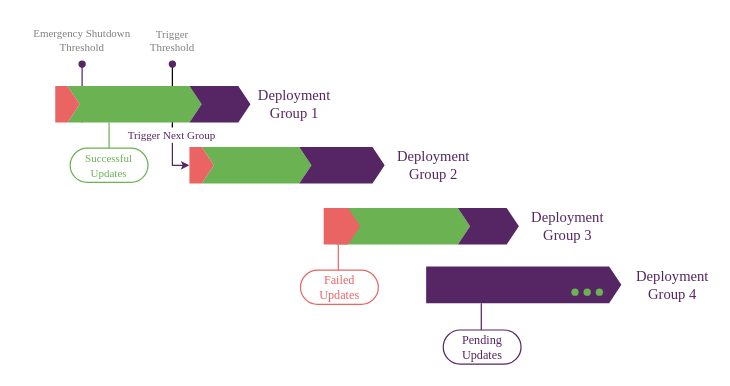
The draw.io diagram docs/graphics-source/rollout_groups.drawio in eclipse-hawkbit/hawkbit, before the edit. Source tidied: cells renumbered, new cells numbered last; positions are measured from the earlier drawing's top-left corner, leaving out a move shared by most shapes. Both pictures are drawn from the tidied source at 122%, with x=0, y=0 at pixel (21, 21).
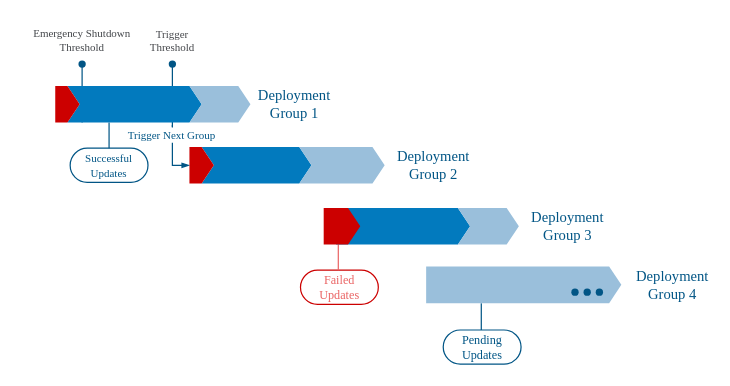
Above is the later version.

The change refers to these unchanged cells:
```xml
<mxCell id="21" style="group;" parent="1" vertex="1">
  <mxGeometry x="331.8" y="201" width="160" height="31" as="geometry" />
</mxCell>
<mxCell id="23" style="group;" parent="21" vertex="1">
  <mxGeometry x="112" y="11" width="40" height="20" as="geometry" />
</mxCell>
<mxCell id="27" style="group;" parent="1" vertex="1">
  <mxGeometry x="247.8" y="153" width="160" height="30" as="geometry" />
</mxCell>
<mxCell id="31" style="group;" parent="1" vertex="1">
  <mxGeometry x="137.8" y="103" width="160" height="30" as="geometry" />
</mxCell>
<mxCell id="35" style="group;" parent="1" vertex="1">
  <mxGeometry x="27.8" y="53" width="160" height="30" as="geometry" />
</mxCell>
```

The edit, as a diff of the source:
```diff
@@
-    <mxCell id="2" style="edgeStyle=orthogonalEdgeStyle;rounded=0;jettySize=auto;html=1;exitX=0;exitY=0.5;exitDx=0;exitDy=0;exitPerimeter=0;endArrow=none;endFill=0;startArrow=classic;startFill=1;endSize=4;startSize=4;strokeColor=light-dark(#562563, #ededed);" parent="1" edge="1" source="34">
-      <mxGeometry relative="1" as="geometry">
-        <mxPoint x="123.8" y="85" as="targetPoint" />
-      </mxGeometry>
-    </mxCell>
+    <mxCell id="39" style="edgeStyle=orthogonalEdgeStyle;rounded=0;jettySize=auto;html=1;exitX=0;exitY=0.5;exitDx=0;exitDy=0;exitPerimeter=0;endArrow=none;endFill=0;startArrow=blockThin;startFill=1;endSize=4;startSize=4;strokeColor=light-dark(#015585,#EDEDED);align=center;verticalAlign=middle;fontFamily=Helvetica;fontSize=11;fontColor=default;labelBackgroundColor=default;" parent="1" edge="1" source="57">
+      <mxGeometry relative="1" as="geometry">
+        <mxPoint x="123.8" y="85" as="targetPoint" />
+      </mxGeometry>
+    </mxCell>
-    <mxCell id="3" value="&lt;span style=&quot;color: rgb(86, 37, 99); font-size: 9px;&quot;&gt;&lt;font face=&quot;Garamond&quot;&gt;Trigger Next Group&lt;/font&gt;&lt;/span&gt;" style="edgeLabel;html=1;align=center;verticalAlign=middle;labelBackgroundColor=default;" parent="2" vertex="1">
+    <mxCell id="3" value="&lt;span style=&quot;font-size: 9px;&quot;&gt;&lt;font face=&quot;Garamond&quot;&gt;Trigger Next Group&lt;/font&gt;&lt;/span&gt;" style="edgeLabel;html=1;align=center;verticalAlign=middle;labelBackgroundColor=default;rounded=0;strokeColor=light-dark(#015585,#EDEDED);fontFamily=Helvetica;fontSize=11;fontColor=#015585;" parent="39" vertex="1">
       <mxGeometry x="0.63" y="-1" relative="1" as="geometry">
         <mxPoint x="-2" y="-2" as="offset" />
       </mxGeometry>
     </mxCell>
-    <mxCell id="4" style="endArrow=none;html=1;rounded=0;startSize=4;endSize=4;jumpSize=4;" parent="1" edge="1" source="7">
-      <mxGeometry relative="1" as="geometry">
-        <mxPoint x="123.8" y="87" as="targetPoint" />
-      </mxGeometry>
-    </mxCell>
+    <mxCell id="40" style="endArrow=none;html=1;rounded=0;startSize=4;endSize=4;jumpSize=4;strokeColor=light-dark(#015585,#EDEDED);align=center;verticalAlign=middle;fontFamily=Helvetica;fontSize=11;fontColor=default;labelBackgroundColor=default;" parent="1" edge="1" source="42">
+      <mxGeometry relative="1" as="geometry">
+        <mxPoint x="123.8" y="87" as="targetPoint" />
+      </mxGeometry>
+    </mxCell>
-    <mxCell id="5" value="&lt;div style=&quot;line-height: 90%;&quot;&gt;&lt;font face=&quot;Garamond&quot; style=&quot;font-size: 9px; line-height: 90%;&quot;&gt;Trigger&lt;/font&gt;&lt;div&gt;&lt;font face=&quot;Garamond&quot; style=&quot;font-size: 9px; line-height: 90%;&quot;&gt;Threshold&lt;/font&gt;&lt;/div&gt;&lt;/div&gt;" style="text;html=1;align=center;verticalAlign=middle;whiteSpace=wrap;rounded=0;fontColor=#808080;spacing=2;" parent="1" vertex="1">
+    <mxCell id="5" value="&lt;div style=&quot;line-height: 90%;&quot;&gt;&lt;font style=&quot;font-size: 9px; line-height: 90%;&quot; face=&quot;Garamond&quot;&gt;Trigger&lt;/font&gt;&lt;div&gt;&lt;font style=&quot;font-size: 9px; line-height: 90%;&quot; face=&quot;Garamond&quot;&gt;Threshold&lt;/font&gt;&lt;/div&gt;&lt;/div&gt;" style="text;html=1;align=center;verticalAlign=middle;whiteSpace=wrap;rounded=0;fontColor=light-dark(#44464a, #7f7f7f);spacing=2;" parent="1" vertex="1">
       <mxGeometry x="94.8" width="58" height="30" as="geometry" />
     </mxCell>
-    <mxCell id="6" style="endArrow=none;html=1;rounded=0;startSize=4;endSize=4;jumpSize=4;" parent="1" edge="1" target="7">
-      <mxGeometry relative="1" as="geometry">
-        <mxPoint x="123.8" y="35" as="sourcePoint" />
-      </mxGeometry>
-    </mxCell>
-    <mxCell id="7" style="shape=waypoint;sketch=0;fillStyle=solid;size=6;points=[];perimeter=centerPerimeter;snapToPoint=1;strokeColor=light-dark(#562563, #ededed);" parent="1" vertex="1">
-      <mxGeometry x="113.8" y="25" width="20" height="20" as="geometry" />
-    </mxCell>
-    <mxCell id="8" style="endArrow=none;html=1;rounded=0;strokeColor=light-dark(#562563, #ededed);" parent="1" edge="1">
-      <mxGeometry relative="1" as="geometry">
-        <mxPoint x="49.8" y="83" as="sourcePoint" />
-        <mxPoint x="49.8" y="37" as="targetPoint" />
-      </mxGeometry>
-    </mxCell>
-    <mxCell id="9" style="shape=waypoint;sketch=0;fillStyle=solid;size=6;perimeter=centerPerimeter;strokeColor=light-dark(#562563, #ededed);" parent="1" vertex="1">
-      <mxGeometry x="39.8" y="25" width="20" height="20" as="geometry" />
-    </mxCell>
+    <mxCell id="41" style="endArrow=none;html=1;rounded=0;startSize=4;endSize=4;jumpSize=4;" parent="1" edge="1" target="42">
+      <mxGeometry relative="1" as="geometry">
+        <mxPoint x="123.8" y="35" as="sourcePoint" />
+      </mxGeometry>
+    </mxCell>
+    <mxCell id="42" style="shape=waypoint;sketch=0;fillStyle=solid;size=6;points=[];perimeter=centerPerimeter;snapToPoint=1;strokeColor=light-dark(#015585,#EDEDED);rounded=0;align=center;verticalAlign=middle;fontFamily=Helvetica;fontSize=11;fontColor=default;labelBackgroundColor=default;" parent="1" vertex="1">
+      <mxGeometry x="113.8" y="25" width="20" height="20" as="geometry" />
+    </mxCell>
+    <mxCell id="43" style="endArrow=none;html=1;rounded=0;strokeColor=light-dark(#015585,#EDEDED);" parent="1" edge="1">
+      <mxGeometry relative="1" as="geometry">
+        <mxPoint x="49.8" y="83" as="sourcePoint" />
+        <mxPoint x="49.8" y="37" as="targetPoint" />
+      </mxGeometry>
+    </mxCell>
+    <mxCell id="44" style="shape=waypoint;sketch=0;fillStyle=solid;size=6;perimeter=centerPerimeter;strokeColor=light-dark(#015585,#EDEDED);" parent="1" vertex="1">
+      <mxGeometry x="39.8" y="25" width="20" height="20" as="geometry" />
+    </mxCell>
-    <mxCell id="10" value="&lt;div style=&quot;line-height: 90%;&quot;&gt;&lt;font face=&quot;Garamond&quot;&gt;&lt;font style=&quot;font-size: 9px; line-height: 90%;&quot;&gt;Emergency&amp;nbsp;&lt;/font&gt;&lt;span style=&quot;font-size: 9px; background-color: transparent; color: light-dark(rgb(128, 128, 128), rgb(127, 127, 127));&quot;&gt;Shutdown&lt;/span&gt;&lt;/font&gt;&lt;div&gt;&lt;div&gt;&lt;font face=&quot;Garamond&quot; style=&quot;font-size: 9px; line-height: 90%;&quot;&gt;Threshold&lt;/font&gt;&lt;/div&gt;&lt;/div&gt;&lt;/div&gt;" style="text;html=1;align=center;verticalAlign=middle;whiteSpace=wrap;rounded=0;fontColor=#808080;spacing=2;" parent="1" vertex="1">
+    <mxCell id="10" value="&lt;div style=&quot;line-height: 90%;&quot;&gt;&lt;font face=&quot;Garamond&quot;&gt;&lt;font style=&quot;font-size: 9px; line-height: 90%;&quot;&gt;Emergency&amp;nbsp;&lt;/font&gt;&lt;span style=&quot;font-size: 9px; background-color: transparent;&quot;&gt;Shutdown&lt;/span&gt;&lt;/font&gt;&lt;div&gt;&lt;div&gt;&lt;font face=&quot;Garamond&quot; style=&quot;font-size: 9px; line-height: 90%;&quot;&gt;Threshold&lt;/font&gt;&lt;/div&gt;&lt;/div&gt;&lt;/div&gt;" style="text;html=1;align=center;verticalAlign=middle;whiteSpace=wrap;rounded=0;fontColor=light-dark(#43464A,#7F7F7F);spacing=2;fontFamily=Helvetica;fontSize=12;" parent="1" vertex="1">
       <mxGeometry width="99.5" height="30" as="geometry" />
     </mxCell>
-    <mxCell id="11" style="endArrow=none;html=1;rounded=0;strokeColor=light-dark(#6ab252, #ededed);edgeStyle=orthogonalEdgeStyle;" parent="1" edge="1" source="12" target="36">
-      <mxGeometry relative="1" as="geometry">
-        <Array as="points">
-          <mxPoint x="47.8" y="113" />
-          <mxPoint x="47.8" y="113" />
-        </Array>
-      </mxGeometry>
-    </mxCell>
+    <mxCell id="45" style="endArrow=none;html=1;rounded=0;strokeColor=light-dark(#015585,#EDEDED);edgeStyle=orthogonalEdgeStyle;dashed=0;align=center;verticalAlign=middle;fontFamily=Helvetica;fontSize=10;fontColor=#015585;fillColor=none;" parent="1" edge="1" source="12" target="58">
+      <mxGeometry relative="1" as="geometry">
+        <Array as="points">
+          <mxPoint x="47.8" y="113" />
+          <mxPoint x="47.8" y="113" />
+        </Array>
+      </mxGeometry>
+    </mxCell>
-    <mxCell id="12" value="&lt;font face=&quot;Garamond&quot; style=&quot;&quot;&gt;&lt;font style=&quot;font-size: 9px; line-height: 7.2px;&quot;&gt;Successful&lt;br&gt;&lt;/font&gt;&lt;span style=&quot;font-size: 9px; background-color: transparent;&quot;&gt;Updates&lt;/span&gt;&lt;/font&gt;" style="html=1;dashed=0;whiteSpace=wrap;shape=mxgraph.dfd.start;fontSize=10;fillColor=none;strokeColor=light-dark(#6ab252, #ededed);fontColor=light-dark(#6ab252, #ededed);gradientColor=none;" parent="1" vertex="1">
+    <mxCell id="12" value="&lt;font face=&quot;Garamond&quot; style=&quot;&quot;&gt;&lt;font style=&quot;font-size: 9px; line-height: 7.2px;&quot;&gt;Successful&lt;br&gt;&lt;/font&gt;&lt;span style=&quot;font-size: 9px; background-color: transparent;&quot;&gt;Updates&lt;/span&gt;&lt;/font&gt;" style="html=1;dashed=0;whiteSpace=wrap;shape=mxgraph.dfd.start;fontSize=10;fillColor=none;strokeColor=light-dark(#015585,#EDEDED);fontColor=#015585;gradientColor=none;align=center;verticalAlign=middle;fontFamily=Helvetica;" parent="1" vertex="1">
       <mxGeometry x="40" y="104" width="63.8" height="28" as="geometry" />
     </mxCell>
-    <mxCell id="13" value="&lt;span style=&quot;font-size: x-small;&quot;&gt;&lt;font face=&quot;Garamond&quot;&gt;Failed&lt;br&gt;Updates&lt;/font&gt;&lt;/span&gt;" style="html=1;dashed=0;whiteSpace=wrap;shape=mxgraph.dfd.start;fontSize=10;strokeColor=light-dark(#ea6464, #ededed);fillColor=none;fontColor=light-dark(#ea6464, #ededed);" parent="1" vertex="1">
+    <mxCell id="13" value="&lt;span style=&quot;font-size: x-small;&quot;&gt;&lt;font face=&quot;Garamond&quot;&gt;Failed&lt;br&gt;Updates&lt;/font&gt;&lt;/span&gt;" style="html=1;dashed=0;whiteSpace=wrap;shape=mxgraph.dfd.start;fontSize=10;strokeColor=light-dark(#CC0000,#EDEDED);fillColor=none;fontColor=light-dark(#ea6464, #ededed);" parent="1" vertex="1">
       <mxGeometry x="228.8" y="204" width="63.8" height="28" as="geometry" />
     </mxCell>
-    <mxCell id="14" style="endArrow=none;html=1;rounded=0;strokeColor=light-dark(#ea6464, #ededed);edgeStyle=orthogonalEdgeStyle;" parent="1" edge="1">
-      <mxGeometry relative="1" as="geometry">
-        <mxPoint x="259.8" y="204" as="sourcePoint" />
-        <mxPoint x="259.8" y="183" as="targetPoint" />
-        <Array as="points">
-          <mxPoint x="259.8" y="203" />
-          <mxPoint x="259.8" y="203" />
-        </Array>
-      </mxGeometry>
-    </mxCell>
+    <mxCell id="46" style="endArrow=none;html=1;rounded=0;strokeColor=light-dark(#ea6464, #ededed);edgeStyle=orthogonalEdgeStyle;" parent="1" edge="1">
+      <mxGeometry relative="1" as="geometry">
+        <mxPoint x="259.8" y="204" as="sourcePoint" />
+        <mxPoint x="259.8" y="183" as="targetPoint" />
+        <Array as="points">
+          <mxPoint x="259.8" y="203" />
+          <mxPoint x="259.8" y="203" />
+        </Array>
+      </mxGeometry>
+    </mxCell>
-    <mxCell id="15" value="&lt;span style=&quot;font-size: x-small;&quot;&gt;&lt;font face=&quot;Garamond&quot;&gt;Pending&lt;br&gt;Updates&lt;/font&gt;&lt;/span&gt;" style="html=1;dashed=0;whiteSpace=wrap;shape=mxgraph.dfd.start;fontSize=10;fillColor=none;strokeColor=light-dark(#562563, #ededed);fontColor=light-dark(#562563, #ededed);" parent="1" vertex="1">
+    <mxCell id="15" value="&lt;span style=&quot;font-size: x-small;&quot;&gt;&lt;font face=&quot;Garamond&quot;&gt;Pending&lt;br&gt;Updates&lt;/font&gt;&lt;/span&gt;" style="html=1;dashed=0;whiteSpace=wrap;shape=mxgraph.dfd.start;fontSize=10;fillColor=none;strokeColor=light-dark(#015585,#EDEDED);fontColor=#015585;align=center;verticalAlign=middle;fontFamily=Helvetica;gradientColor=none;" parent="1" vertex="1">
       <mxGeometry x="345.8" y="253" width="63.8" height="28" as="geometry" />
     </mxCell>
-    <mxCell id="16" style="endArrow=none;html=1;rounded=0;strokeColor=light-dark(#562563, #ededed);edgeStyle=orthogonalEdgeStyle;" parent="1" edge="1">
-      <mxGeometry relative="1" as="geometry">
-        <mxPoint x="377" y="253" as="sourcePoint" />
-        <mxPoint x="377" y="231" as="targetPoint" />
-        <Array as="points">
-          <mxPoint x="377" y="240" />
-          <mxPoint x="377" y="240" />
-        </Array>
-      </mxGeometry>
-    </mxCell>
+    <mxCell id="47" style="endArrow=none;html=1;rounded=0;strokeColor=light-dark(#015585,#EDEDED);edgeStyle=orthogonalEdgeStyle;fontColor=#015585;dashed=0;align=center;verticalAlign=middle;fontFamily=Helvetica;fontSize=10;fillColor=none;gradientColor=none;" parent="1" edge="1">
+      <mxGeometry relative="1" as="geometry">
+        <mxPoint x="377" y="253" as="sourcePoint" />
+        <mxPoint x="377" y="231" as="targetPoint" />
+        <Array as="points">
+          <mxPoint x="377" y="240" />
+          <mxPoint x="377" y="240" />
+        </Array>
+      </mxGeometry>
+    </mxCell>
-    <mxCell id="17" value="&lt;font face=&quot;Garamond&quot;&gt;Deployment Group 1&lt;/font&gt;" style="text;html=1;align=center;verticalAlign=middle;whiteSpace=wrap;rounded=0;fontColor=light-dark(#562563, #ededed);" parent="1" vertex="1">
+    <mxCell id="17" value="&lt;font face=&quot;Garamond&quot;&gt;Deployment Group 1&lt;/font&gt;" style="text;html=1;align=center;verticalAlign=middle;whiteSpace=wrap;rounded=0;fontColor=light-dark(#015585,#EDEDED);fontFamily=Helvetica;fontSize=12;" parent="1" vertex="1">
       <mxGeometry x="193.8" y="53" width="60" height="30" as="geometry" />
     </mxCell>
-    <mxCell id="18" value="&lt;font face=&quot;Garamond&quot;&gt;Deployment Group 2&lt;/font&gt;" style="text;html=1;align=center;verticalAlign=middle;whiteSpace=wrap;rounded=0;fontColor=light-dark(#562563, #ededed);" parent="1" vertex="1">
+    <mxCell id="18" value="&lt;font face=&quot;Garamond&quot;&gt;Deployment Group 2&lt;/font&gt;" style="text;html=1;align=center;verticalAlign=middle;whiteSpace=wrap;rounded=0;fontColor=light-dark(#015585,#EDEDED);fontFamily=Helvetica;fontSize=12;" parent="1" vertex="1">
       <mxGeometry x="307.8" y="103" width="60" height="30" as="geometry" />
     </mxCell>
-    <mxCell id="19" value="&lt;font face=&quot;Garamond&quot;&gt;Deployment Group 3&lt;/font&gt;" style="text;html=1;align=center;verticalAlign=middle;whiteSpace=wrap;rounded=0;fontColor=light-dark(#562563, #ededed);" parent="1" vertex="1">
+    <mxCell id="19" value="&lt;font face=&quot;Garamond&quot;&gt;Deployment Group 3&lt;/font&gt;" style="text;html=1;align=center;verticalAlign=middle;whiteSpace=wrap;rounded=0;fontColor=light-dark(#015585,#EDEDED);fontFamily=Helvetica;fontSize=12;" parent="1" vertex="1">
       <mxGeometry x="417.8" y="153" width="60" height="30" as="geometry" />
     </mxCell>
-    <mxCell id="20" value="&lt;font face=&quot;Garamond&quot;&gt;Deployment Group 4&lt;/font&gt;" style="text;html=1;align=center;verticalAlign=middle;whiteSpace=wrap;rounded=0;fontColor=light-dark(#562563, #ededed);" parent="1" vertex="1">
+    <mxCell id="20" value="&lt;font face=&quot;Garamond&quot;&gt;Deployment Group 4&lt;/font&gt;" style="text;html=1;align=center;verticalAlign=middle;whiteSpace=wrap;rounded=0;fontColor=light-dark(#015585,#EDEDED);" parent="1" vertex="1">
       <mxGeometry x="503.8" y="201" width="60" height="30" as="geometry" />
     </mxCell>
@@
-    <mxCell id="22" style="html=1;shadow=0;dashed=0;align=center;verticalAlign=middle;shape=mxgraph.arrows2.arrow;dy=0;dx=10;notch=0;fillColor=light-dark(#562563, #1D293B);strokeColor=none;fontFamily=Helvetica;fontSize=12;fontColor=default;" parent="21" vertex="1">
-      <mxGeometry width="160" height="30" as="geometry" />
-    </mxCell>
+    <mxCell id="48" style="html=1;shadow=0;dashed=0;align=center;verticalAlign=middle;shape=mxgraph.arrows2.arrow;dy=0;dx=10;notch=0;fillColor=#9ABFDB;strokeColor=none;fontFamily=Helvetica;fontSize=12;fontColor=#015585;rounded=0;strokeWidth=1;" parent="21" vertex="1">
+      <mxGeometry width="160" height="30" as="geometry" />
+    </mxCell>
@@
-    <mxCell id="24" style="shape=waypoint;sketch=0;fillStyle=solid;size=6;perimeter=centerPerimeter;strokeColor=light-dark(#6ab252, #121212);fillColor=none;" parent="23" vertex="1">
-      <mxGeometry width="20" height="20" as="geometry" />
-    </mxCell>
-    <mxCell id="25" style="shape=waypoint;sketch=0;fillStyle=solid;size=6;perimeter=centerPerimeter;strokeColor=light-dark(#6ab252, #121212);fillColor=none;" parent="23" vertex="1">
-      <mxGeometry x="10" width="20" height="20" as="geometry" />
-    </mxCell>
-    <mxCell id="26" style="shape=waypoint;sketch=0;fillStyle=solid;size=6;perimeter=centerPerimeter;strokeColor=light-dark(#6ab252, #121212);fillColor=none;" parent="23" vertex="1">
-      <mxGeometry x="20" width="20" height="20" as="geometry" />
-    </mxCell>
+    <mxCell id="49" style="shape=waypoint;sketch=0;fillStyle=solid;size=6;perimeter=centerPerimeter;strokeColor=light-dark(#015585,#121212);fillColor=none;" parent="23" vertex="1">
+      <mxGeometry width="20" height="20" as="geometry" />
+    </mxCell>
+    <mxCell id="50" style="shape=waypoint;sketch=0;fillStyle=solid;size=6;perimeter=centerPerimeter;strokeColor=light-dark(#015585,#121212);fillColor=none;" parent="23" vertex="1">
+      <mxGeometry x="10" width="20" height="20" as="geometry" />
+    </mxCell>
+    <mxCell id="51" style="shape=waypoint;sketch=0;fillStyle=solid;size=6;perimeter=centerPerimeter;strokeColor=light-dark(#015585,#121212);fillColor=none;" parent="23" vertex="1">
+      <mxGeometry x="20" width="20" height="20" as="geometry" />
+    </mxCell>
@@
-    <mxCell id="28" style="html=1;shadow=0;dashed=0;align=center;verticalAlign=middle;shape=mxgraph.arrows2.arrow;dy=0;dx=10;notch=10;fillColor=light-dark(#6ab252, #1f2f1e);strokeColor=none;fontFamily=Helvetica;fontSize=12;fontColor=default;" parent="27" vertex="1">
-      <mxGeometry x="10" width="110" height="30" as="geometry" />
-    </mxCell>
-    <mxCell id="29" style="html=1;shadow=0;dashed=0;align=center;verticalAlign=middle;shape=mxgraph.arrows2.arrow;dy=0;dx=10;notch=10;fillColor=light-dark(#562563, #1D293B);strokeColor=none;fontFamily=Helvetica;fontSize=12;fontColor=default;" parent="27" vertex="1">
-      <mxGeometry x="110" width="50" height="30" as="geometry" />
-    </mxCell>
-    <mxCell id="30" style="html=1;shadow=0;dashed=0;align=center;verticalAlign=middle;shape=mxgraph.arrows2.arrow;dy=0;dx=10;notch=0;fillColor=#EA6464;strokeColor=none;fontFamily=Helvetica;fontSize=12;fontColor=default;" parent="27" vertex="1">
-      <mxGeometry width="30" height="30" as="geometry" />
-    </mxCell>
+    <mxCell id="52" style="html=1;shadow=0;dashed=0;align=center;verticalAlign=middle;shape=mxgraph.arrows2.arrow;dy=0;dx=10;notch=10;fillColor=#027ABE;strokeColor=none;fontFamily=Helvetica;fontSize=12;fontColor=#FFFFFF;rounded=0;strokeWidth=2;" parent="27" vertex="1">
+      <mxGeometry x="10" width="110" height="30" as="geometry" />
+    </mxCell>
+    <mxCell id="53" style="html=1;shadow=0;dashed=0;align=center;verticalAlign=middle;shape=mxgraph.arrows2.arrow;dy=0;dx=10;notch=10;fillColor=#9ABFDB;strokeColor=none;fontFamily=Helvetica;fontSize=12;fontColor=#015585;rounded=0;strokeWidth=1;" parent="27" vertex="1">
+      <mxGeometry x="110" width="50" height="30" as="geometry" />
+    </mxCell>
+    <mxCell id="54" style="html=1;shadow=0;dashed=0;align=center;verticalAlign=middle;shape=mxgraph.arrows2.arrow;dy=0;dx=10;notch=0;fillColor=#CC0000;strokeColor=none;fontFamily=Helvetica;fontSize=12;fontColor=#ffffff;" parent="27" vertex="1">
+      <mxGeometry width="30" height="30" as="geometry" />
+    </mxCell>
@@
-    <mxCell id="32" style="html=1;shadow=0;dashed=0;align=center;verticalAlign=middle;shape=mxgraph.arrows2.arrow;dy=0;dx=10;notch=10;fillColor=light-dark(#6ab252, #1f2f1e);strokeColor=none;fontFamily=Helvetica;fontSize=12;fontColor=default;" parent="31" vertex="1">
-      <mxGeometry x="10" width="90" height="30" as="geometry" />
-    </mxCell>
-    <mxCell id="33" style="html=1;shadow=0;dashed=0;align=center;verticalAlign=middle;shape=mxgraph.arrows2.arrow;dy=0;dx=10;notch=10;fillColor=light-dark(#562563, #1D293B);strokeColor=none;fontFamily=Helvetica;fontSize=12;fontColor=default;" parent="31" vertex="1">
-      <mxGeometry x="90" width="70" height="30" as="geometry" />
-    </mxCell>
-    <mxCell id="34" style="html=1;shadow=0;dashed=0;align=center;verticalAlign=middle;shape=mxgraph.arrows2.arrow;dy=0;dx=10;notch=0;fillColor=#EA6464;strokeColor=none;fontFamily=Helvetica;fontSize=12;fontColor=default;" parent="31" vertex="1">
-      <mxGeometry width="20" height="30" as="geometry" />
-    </mxCell>
+    <mxCell id="55" style="html=1;shadow=0;dashed=0;align=center;verticalAlign=middle;shape=mxgraph.arrows2.arrow;dy=0;dx=10;notch=10;fillColor=#027ABE;strokeColor=none;fontFamily=Helvetica;fontSize=12;fontColor=#FFFFFF;rounded=0;strokeWidth=2;" parent="31" vertex="1">
+      <mxGeometry x="10" width="90" height="30" as="geometry" />
+    </mxCell>
+    <mxCell id="56" style="html=1;shadow=0;dashed=0;align=center;verticalAlign=middle;shape=mxgraph.arrows2.arrow;dy=0;dx=10;notch=10;fillColor=#9ABFDB;strokeColor=none;fontFamily=Helvetica;fontSize=12;fontColor=#015585;rounded=0;strokeWidth=1;" parent="31" vertex="1">
+      <mxGeometry x="90" width="70" height="30" as="geometry" />
+    </mxCell>
+    <mxCell id="57" style="html=1;shadow=0;dashed=0;align=center;verticalAlign=middle;shape=mxgraph.arrows2.arrow;dy=0;dx=10;notch=0;fillColor=#CC0000;strokeColor=none;fontFamily=Helvetica;fontSize=12;fontColor=#ffffff;" parent="31" vertex="1">
+      <mxGeometry width="20" height="30" as="geometry" />
+    </mxCell>
@@
-    <mxCell id="36" style="html=1;shadow=0;dashed=0;align=center;verticalAlign=middle;shape=mxgraph.arrows2.arrow;dy=0;dx=10;notch=10;strokeColor=none;fillColor=light-dark(#6ab252, #ededed);" parent="35" vertex="1">
-      <mxGeometry x="10" width="110" height="30" as="geometry" />
-    </mxCell>
-    <mxCell id="37" style="html=1;shadow=0;dashed=0;align=center;verticalAlign=middle;shape=mxgraph.arrows2.arrow;dy=0;dx=10;notch=10;fillColor=light-dark(#562563, #1D293B);strokeColor=none;" parent="35" vertex="1">
-      <mxGeometry x="110" width="50" height="30" as="geometry" />
-    </mxCell>
-    <mxCell id="38" style="html=1;shadow=0;dashed=0;align=center;verticalAlign=middle;shape=mxgraph.arrows2.arrow;dy=0;dx=10;notch=0;strokeColor=none;fillColor=#EA6464;fontFamily=Helvetica;fontSize=12;fontColor=default;" parent="35" vertex="1">
-      <mxGeometry width="20" height="30" as="geometry" />
-    </mxCell>
+    <mxCell id="58" style="html=1;shadow=0;dashed=0;align=center;verticalAlign=middle;shape=mxgraph.arrows2.arrow;dy=0;dx=10;notch=10;strokeColor=none;fillColor=#027ABE;rounded=0;strokeWidth=2;fontFamily=Helvetica;fontSize=12;fontColor=#FFFFFF;" parent="35" vertex="1">
+      <mxGeometry x="10" width="110" height="30" as="geometry" />
+    </mxCell>
+    <mxCell id="59" style="html=1;shadow=0;dashed=0;align=center;verticalAlign=middle;shape=mxgraph.arrows2.arrow;dy=0;dx=10;notch=10;fillColor=#9ABFDB;strokeColor=none;rounded=0;strokeWidth=1;fontFamily=Helvetica;fontSize=12;fontColor=#015585;" parent="35" vertex="1">
+      <mxGeometry x="110" width="50" height="30" as="geometry" />
+    </mxCell>
+    <mxCell id="60" style="html=1;shadow=0;dashed=0;align=center;verticalAlign=middle;shape=mxgraph.arrows2.arrow;dy=0;dx=10;notch=0;strokeColor=none;fillColor=#CC0000;fontFamily=Helvetica;fontSize=12;fontColor=#ffffff;" parent="35" vertex="1">
+      <mxGeometry width="20" height="30" as="geometry" />
+    </mxCell>
```
